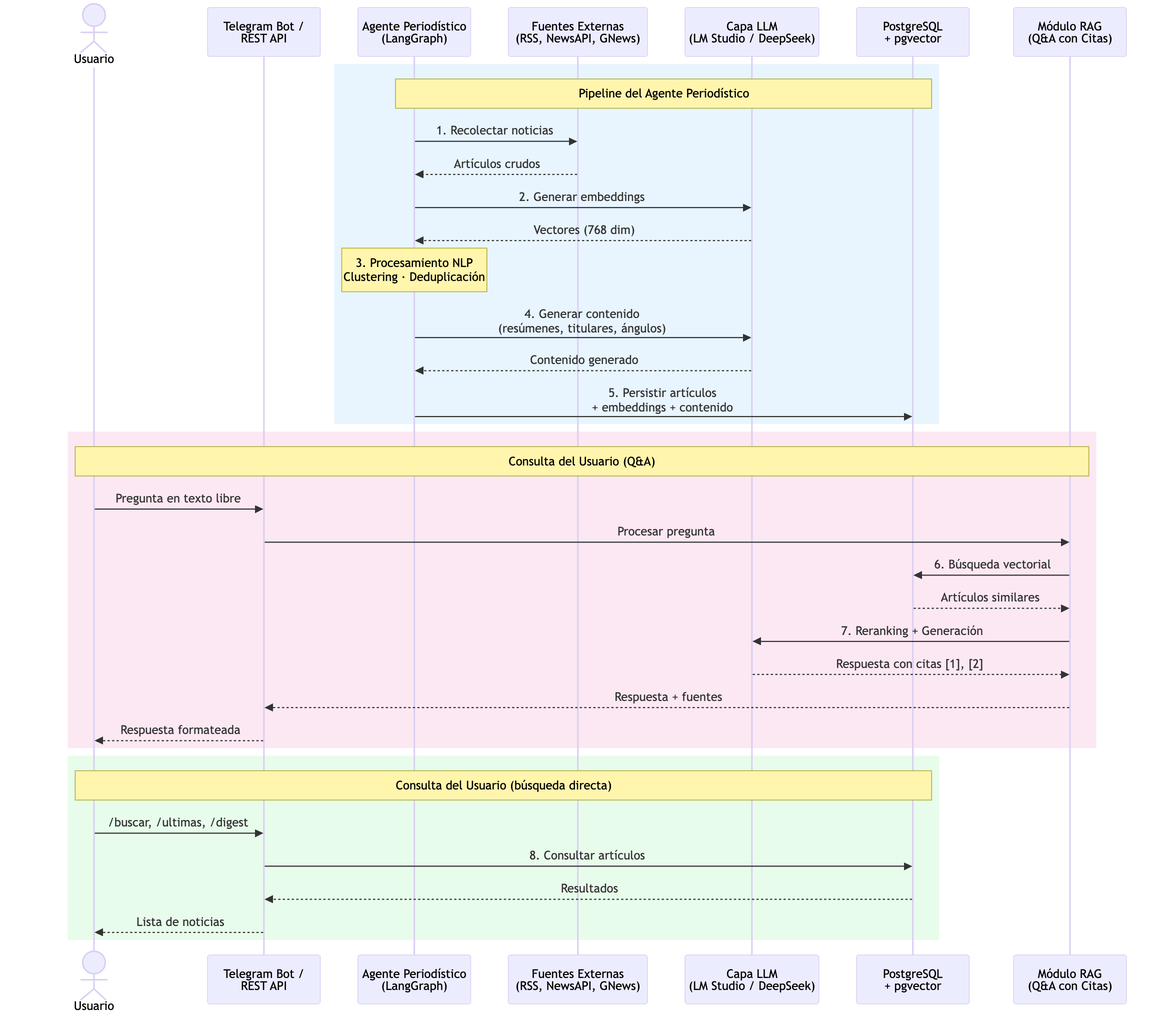
Before: docs/images/sequence_diagram.png, a diagram exported from Mermaid (danizagra/VIU_TFM_Code). Its source is kept beside it as docs/sequence_diagram.mmd. Source of this version:
```mermaid
sequenceDiagram
    actor Usuario
    participant Bot as Telegram Bot /<br/>REST API
    participant Agente as Agente Periodístico<br/>(LangGraph)
    participant Fuentes as Fuentes Externas<br/>(RSS, NewsAPI, GNews)
    participant LLM as Capa LLM<br/>(LM Studio / DeepSeek)
    participant DB as PostgreSQL<br/>+ pgvector
    participant RAG as Módulo RAG<br/>(Q&A con Citas)

    rect rgb(232, 245, 255)
        Note over Agente,DB: Pipeline del Agente Periodístico
        Agente->>Fuentes: 1. Recolectar noticias
        Fuentes-->>Agente: Artículos crudos
        Agente->>LLM: 2. Generar embeddings
        LLM-->>Agente: Vectores (768 dim)
        Note over Agente: 3. Procesamiento NLP<br/>Clustering · Deduplicación
        Agente->>LLM: 4. Generar contenido<br/>(resúmenes, titulares, ángulos)
        LLM-->>Agente: Contenido generado
        Agente->>DB: 5. Persistir artículos<br/>+ embeddings + contenido
    end

    rect rgb(252, 232, 243)
        Note over Usuario,RAG: Consulta del Usuario (Q&A)
        Usuario->>Bot: Pregunta en texto libre
        Bot->>RAG: Procesar pregunta
        RAG->>DB: 6. Búsqueda vectorial
        DB-->>RAG: Artículos similares
        RAG->>LLM: 7. Reranking + Generación
        LLM-->>RAG: Respuesta con citas [1], [2]
        RAG-->>Bot: Respuesta + fuentes
        Bot-->>Usuario: Respuesta formateada
    end

    rect rgb(232, 252, 235)
        Note over Usuario,DB: Consulta del Usuario (búsqueda directa)
        Usuario->>Bot: /buscar, /ultimas, /digest
        Bot->>DB: 8. Consultar artículos
        DB-->>Bot: Resultados
        Bot-->>Usuario: Lista de noticias
    end
```
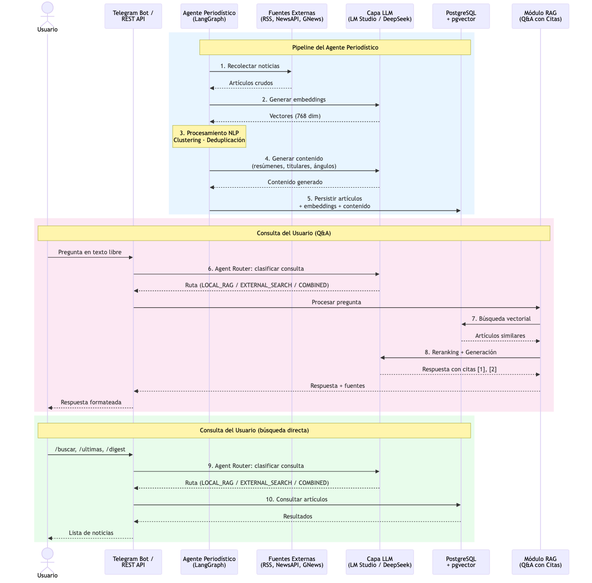
After the commit.

Diff of the diagram source:
```diff
@@ -22,10 +22,12 @@
     rect rgb(252, 232, 243)
         Note over Usuario,RAG: Consulta del Usuario (Q&A)
         Usuario->>Bot: Pregunta en texto libre
+        Bot->>LLM: 6. Agent Router: clasificar consulta
+        LLM-->>Bot: Ruta (LOCAL_RAG / EXTERNAL_SEARCH / COMBINED)
         Bot->>RAG: Procesar pregunta
-        RAG->>DB: 6. Búsqueda vectorial
+        RAG->>DB: 7. Búsqueda vectorial
         DB-->>RAG: Artículos similares
-        RAG->>LLM: 7. Reranking + Generación
+        RAG->>LLM: 8. Reranking + Generación
         LLM-->>RAG: Respuesta con citas [1], [2]
         RAG-->>Bot: Respuesta + fuentes
         Bot-->>Usuario: Respuesta formateada
@@ -34,7 +36,9 @@
     rect rgb(232, 252, 235)
         Note over Usuario,DB: Consulta del Usuario (búsqueda directa)
         Usuario->>Bot: /buscar, /ultimas, /digest
-        Bot->>DB: 8. Consultar artículos
+        Bot->>LLM: 9. Agent Router: clasificar consulta
+        LLM-->>Bot: Ruta (LOCAL_RAG / EXTERNAL_SEARCH / COMBINED)
+        Bot->>DB: 10. Consultar artículos
         DB-->>Bot: Resultados
         Bot-->>Usuario: Lista de noticias
     end
```
